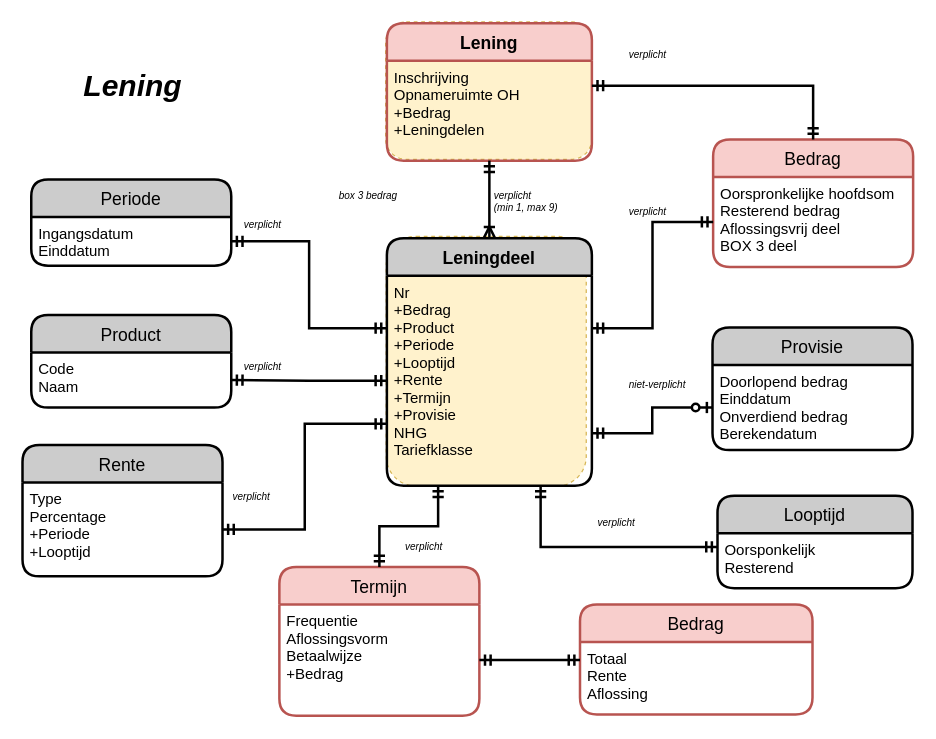
This is page "Lening" (2 of 6) of 3rdParty-HDN.drawio from luchthandel/diagrams, a draw.io file, before an edit. Source tidied: cells renumbered, new cells numbered last; positions are measured from the earlier drawing's top-left corner, leaving out a move shared by most shapes. Both pictures are drawn from the tidied source at 125%, with x=0, y=0 at pixel (22, 21).
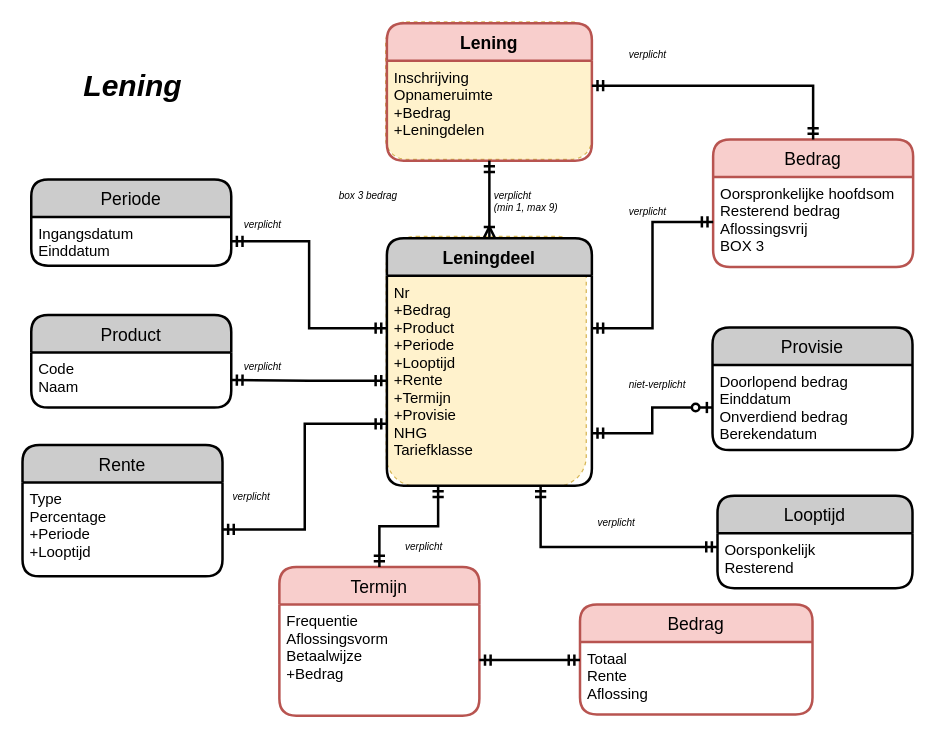
The same page after the edit.

Unchanged cells that the change refers to:
```xml
<mxCell id="3" value="Lening" style="swimlane;horizontal=1;startSize=30;fillColor=#f8cecc;rounded=1;fontSize=14;fontStyle=1;strokeWidth=2;shadow=0;dashed=0;align=center;strokeColor=#b85450;" parent="1" vertex="1">
  <mxGeometry x="291" y="1" width="164" height="110" as="geometry" />
</mxCell>
<mxCell id="19" value="Bedrag" style="swimlane;horizontal=1;startSize=30;fillColor=#f8cecc;rounded=1;fontSize=14;fontStyle=0;strokeWidth=2;shadow=0;dashed=0;align=center;strokeColor=#b85450;" parent="1" vertex="1">
  <mxGeometry x="552" y="94" width="160" height="102" as="geometry" />
</mxCell>
```

Change to the diagram source:
```diff
@@
-    <mxCell id="4" value="Inschrijving&#10;Opnameruimte OH&#10;+Bedrag&#10;+Leningdelen" style="align=left;strokeColor=none;fillColor=none;spacingLeft=4;fontSize=12;verticalAlign=top;" parent="3" vertex="1">
+    <mxCell id="4" value="Inschrijving&#10;Opnameruimte&#10;+Bedrag&#10;+Leningdelen" style="align=left;strokeColor=none;fillColor=none;spacingLeft=4;fontSize=12;verticalAlign=top;" parent="3" vertex="1">
       <mxGeometry y="30" width="164" height="80" as="geometry" />
     </mxCell>
@@
-    <mxCell id="20" value="Oorspronkelijke hoofdsom&#10;Resterend bedrag&#10;Aflossingsvrij deel&#10;BOX 3 deel" style="align=left;strokeColor=none;fillColor=none;spacingLeft=4;fontSize=12;verticalAlign=top;" parent="19" vertex="1">
+    <mxCell id="20" value="Oorspronkelijke hoofdsom&#10;Resterend bedrag&#10;Aflossingsvrij &#10;BOX 3" style="align=left;strokeColor=none;fillColor=none;spacingLeft=4;fontSize=12;verticalAlign=top;" parent="19" vertex="1">
       <mxGeometry y="30" width="160" height="72" as="geometry" />
     </mxCell>
```
